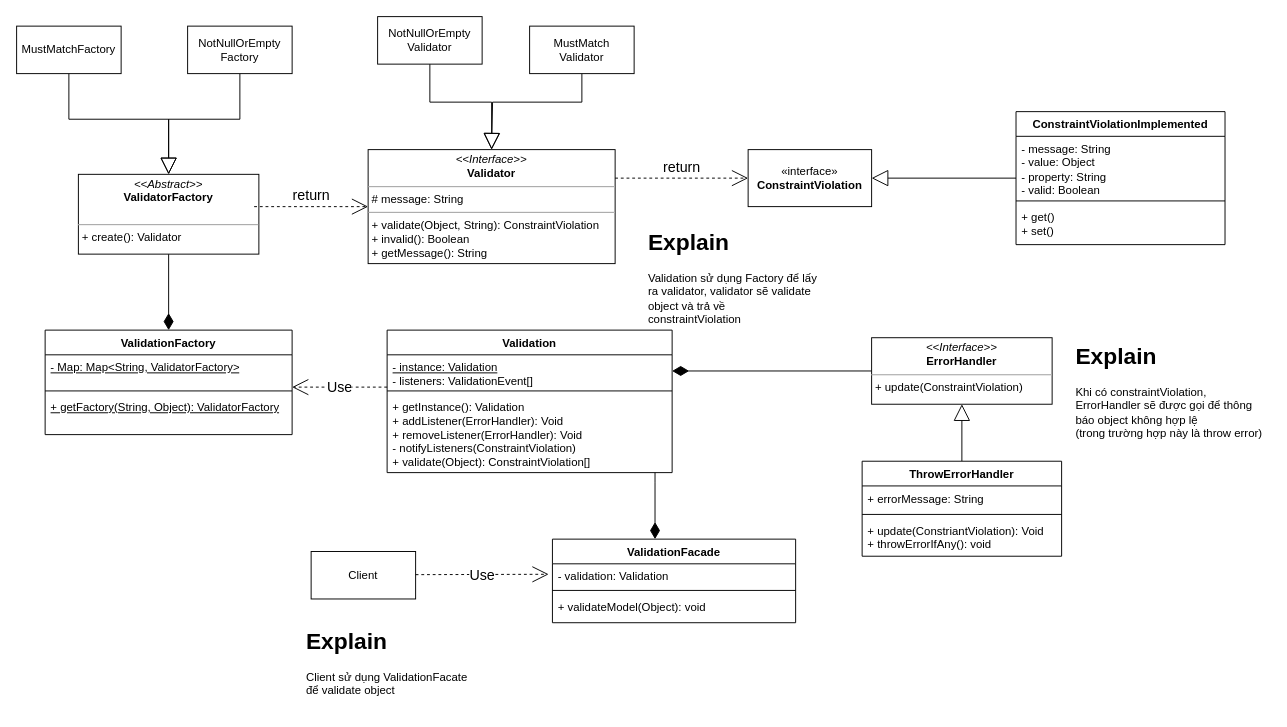
The draw.io diagram UML.drawio in synguyencd3/ValidationLib, before the edit. Source tidied: cells renumbered, new cells numbered last; positions are measured from the earlier drawing's top-left corner, leaving out a move shared by most shapes. Both pictures are drawn from the tidied source at 95%, with x=0, y=0 at pixel (16, 16).
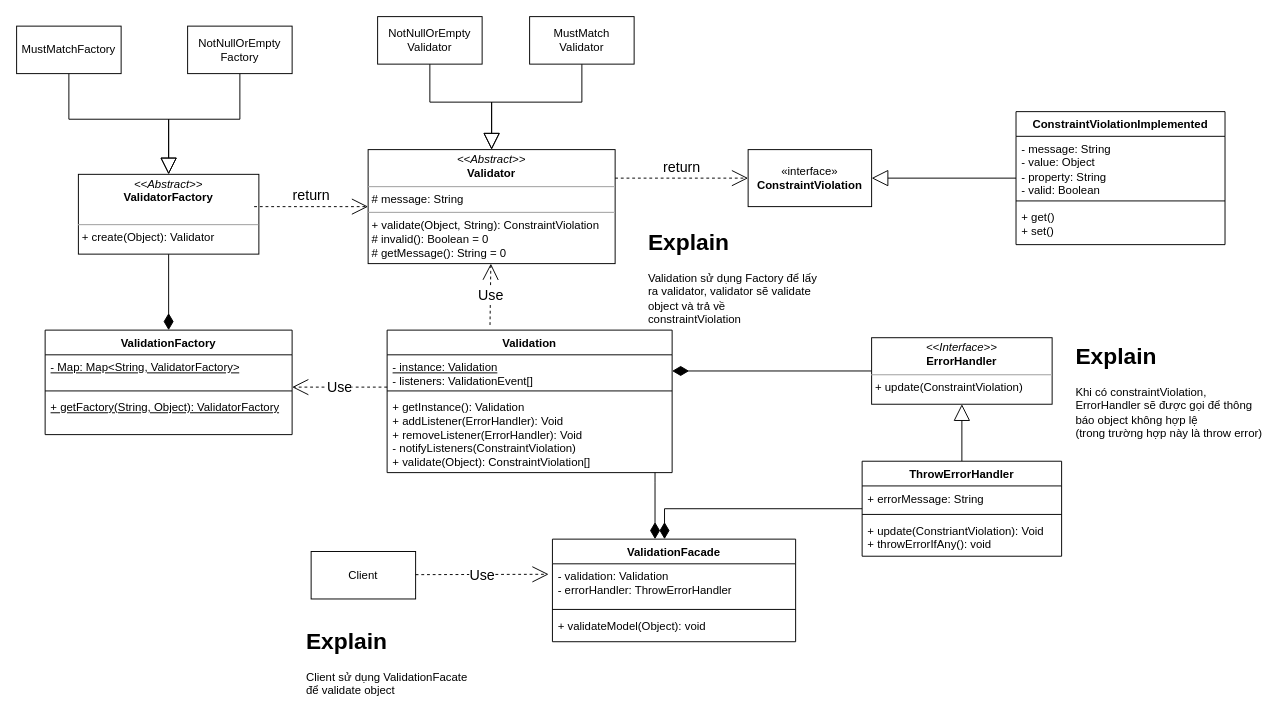
The same page after the edit.

Commit message (it also covers changes not shown here):
Sửa UML

Unchanged cells that the change refers to:
```xml
<mxCell id="8" value="Validation" style="swimlane;fontStyle=1;align=center;verticalAlign=top;horizontal=1;startSize=26;whiteSpace=wrap;html=1;" parent="1" vertex="1">
  <mxGeometry x="390" y="330" width="300" height="150" as="geometry" />
</mxCell>
<mxCell id="15" value="ThrowErrorHandler" style="swimlane;fontStyle=1;align=center;verticalAlign=top;horizontal=1;startSize=26;whiteSpace=wrap;html=1;" parent="1" vertex="1">
  <mxGeometry x="890" y="468" width="210" height="100" as="geometry" />
</mxCell>
```

The edit, as a diff of the source:
```diff
@@
     <mxCell id="3" value="ValidationFacade" style="swimlane;fontStyle=1;align=center;verticalAlign=top;horizontal=1;startSize=26;whiteSpace=wrap;html=1;" parent="1" vertex="1">
-      <mxGeometry x="564" y="550" width="256" height="88" as="geometry" />
+      <mxGeometry x="564" y="550" width="256" height="108" as="geometry" />
     </mxCell>
-    <mxCell id="4" value="- validation: Validation" style="text;strokeColor=none;fillColor=none;align=left;verticalAlign=top;spacingLeft=4;spacingRight=4;overflow=hidden;whiteSpace=wrap;html=1;" parent="3" vertex="1">
-      <mxGeometry y="26" width="256" height="24" as="geometry" />
+    <mxCell id="4" value="- validation: Validation&lt;br&gt;- errorHandler: ThrowErrorHandler" style="text;strokeColor=none;fillColor=none;align=left;verticalAlign=top;spacingLeft=4;spacingRight=4;overflow=hidden;whiteSpace=wrap;html=1;" parent="3" vertex="1">
+      <mxGeometry y="26" width="256" height="44" as="geometry" />
     </mxCell>
     <mxCell id="5" style="line;strokeWidth=1;fillColor=none;align=left;verticalAlign=middle;spacingTop=-1;spacingLeft=3;spacingRight=3;labelPosition=right;strokeColor=inherit;" parent="3" vertex="1">
-      <mxGeometry y="50" width="256" height="8" as="geometry" />
+      <mxGeometry y="70" width="256" height="8" as="geometry" />
     </mxCell>
     <mxCell id="6" value="+ validateModel(Object): void" style="text;strokeColor=none;fillColor=none;align=left;verticalAlign=top;spacingLeft=4;spacingRight=4;overflow=hidden;whiteSpace=wrap;html=1;" parent="3" vertex="1">
-      <mxGeometry y="58" width="256" height="30" as="geometry" />
+      <mxGeometry y="78" width="256" height="30" as="geometry" />
     </mxCell>
@@
-    <mxCell id="30" value="&lt;p style=&quot;margin:0px;margin-top:4px;text-align:center;&quot;&gt;&lt;i&gt;&amp;lt;&amp;lt;Abstract&amp;gt;&amp;gt;&lt;/i&gt;&lt;br&gt;&lt;b&gt;ValidatorFactory&lt;/b&gt;&lt;/p&gt;&lt;p style=&quot;margin:0px;margin-left:4px;&quot;&gt;&lt;br&gt;&lt;/p&gt;&lt;hr size=&quot;1&quot;&gt;&lt;p style=&quot;margin:0px;margin-left:4px;&quot;&gt;+ create(): Validator&lt;/p&gt;" style="verticalAlign=top;align=left;overflow=fill;fontSize=12;fontFamily=Helvetica;html=1;whiteSpace=wrap;" parent="1" vertex="1">
+    <mxCell id="30" value="&lt;p style=&quot;margin:0px;margin-top:4px;text-align:center;&quot;&gt;&lt;i&gt;&amp;lt;&amp;lt;Abstract&amp;gt;&amp;gt;&lt;/i&gt;&lt;br&gt;&lt;b&gt;ValidatorFactory&lt;/b&gt;&lt;/p&gt;&lt;p style=&quot;margin:0px;margin-left:4px;&quot;&gt;&lt;br&gt;&lt;/p&gt;&lt;hr size=&quot;1&quot;&gt;&lt;p style=&quot;margin:0px;margin-left:4px;&quot;&gt;+ create(Object): Validator&lt;/p&gt;" style="verticalAlign=top;align=left;overflow=fill;fontSize=12;fontFamily=Helvetica;html=1;whiteSpace=wrap;" parent="1" vertex="1">
       <mxGeometry x="65" y="166" width="190" height="84" as="geometry" />
     </mxCell>
-    <mxCell id="31" value="&lt;p style=&quot;margin:0px;margin-top:4px;text-align:center;&quot;&gt;&lt;i&gt;&amp;lt;&amp;lt;Interface&amp;gt;&amp;gt;&lt;/i&gt;&lt;br&gt;&lt;b&gt;Validator&lt;/b&gt;&lt;/p&gt;&lt;hr size=&quot;1&quot;&gt;&lt;p style=&quot;margin:0px;margin-left:4px;&quot;&gt;# message: String&lt;br&gt;&lt;/p&gt;&lt;hr size=&quot;1&quot;&gt;&lt;p style=&quot;margin:0px;margin-left:4px;&quot;&gt;+ validate(Object, String): ConstraintViolation&lt;br&gt;+ invalid(): Boolean&lt;/p&gt;&lt;p style=&quot;margin:0px;margin-left:4px;&quot;&gt;+ getMessage(): String&lt;/p&gt;" style="verticalAlign=top;align=left;overflow=fill;fontSize=12;fontFamily=Helvetica;html=1;whiteSpace=wrap;" parent="1" vertex="1">
+    <mxCell id="31" value="&lt;p style=&quot;margin:0px;margin-top:4px;text-align:center;&quot;&gt;&lt;i&gt;&amp;lt;&amp;lt;Abstract&amp;gt;&amp;gt;&lt;/i&gt;&lt;br&gt;&lt;b&gt;Validator&lt;/b&gt;&lt;/p&gt;&lt;hr size=&quot;1&quot;&gt;&lt;p style=&quot;margin:0px;margin-left:4px;&quot;&gt;# message: String&lt;br&gt;&lt;/p&gt;&lt;hr size=&quot;1&quot;&gt;&lt;p style=&quot;margin:0px;margin-left:4px;&quot;&gt;+ validate(Object, String): ConstraintViolation&lt;br&gt;# invalid(): Boolean = 0&lt;/p&gt;&lt;p style=&quot;margin:0px;margin-left:4px;&quot;&gt;# getMessage(): String = 0&lt;/p&gt;" style="verticalAlign=top;align=left;overflow=fill;fontSize=12;fontFamily=Helvetica;html=1;whiteSpace=wrap;" parent="1" vertex="1">
       <mxGeometry x="370" y="140" width="260" height="120" as="geometry" />
     </mxCell>
@@
-    <mxCell id="34" style="edgeStyle=orthogonalEdgeStyle;rounded=0;jettySize=auto;html=1;endArrow=block;endFill=0;endSize=15;" parent="1" edge="1" source="35">
+    <mxCell id="34" style="edgeStyle=orthogonalEdgeStyle;rounded=0;jettySize=auto;html=1;endArrow=block;endFill=0;endSize=15;" parent="1" edge="1" source="35" target="31">
       <mxGeometry relative="1" as="geometry">
-        <mxPoint x="500" y="140" as="targetPoint" />
         <Array as="points">
           <mxPoint x="595" y="90" />
-          <mxPoint x="501" y="90" />
-          <mxPoint x="501" y="140" />
+          <mxPoint x="500" y="90" />
         </Array>
       </mxGeometry>
     </mxCell>
     <mxCell id="35" value="MustMatch&lt;br&gt;Validator" style="html=1;whiteSpace=wrap;" parent="1" vertex="1">
-      <mxGeometry x="540" y="10" width="110" height="50" as="geometry" />
+      <mxGeometry x="540" width="110" height="50" as="geometry" />
     </mxCell>
@@
+    <mxCell id="47" value="&lt;font style=&quot;font-size: 15px;&quot;&gt;Use&lt;/font&gt;" style="endArrow=open;endSize=15;dashed=1;html=1;rounded=0;exitX=0.361;exitY=-0.036;exitDx=0;exitDy=0;exitPerimeter=0;" parent="1" edge="1" source="8" target="31">
+      <mxGeometry relative="1" as="geometry" />
+    </mxCell>
+    <mxCell id="48" style="edgeStyle=orthogonalEdgeStyle;rounded=0;jettySize=auto;html=1;endArrow=none;endFill=0;startArrow=diamondThin;startFill=1;endSize=15;startSize=15;" parent="1" edge="1" source="3" target="15">
+      <mxGeometry relative="1" as="geometry">
+        <Array as="points">
+          <mxPoint x="682" y="518" />
+        </Array>
+      </mxGeometry>
+    </mxCell>
```
